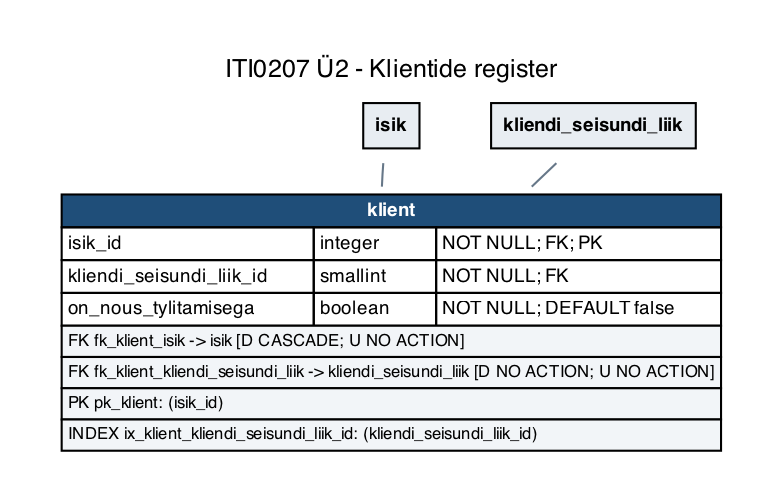
Earlier version of the Graphviz export iti0207-epood/docs/diagrams/u2-04-kliendid.png (tamkivi/andmebaasid-projekt). Its source is kept beside it as iti0207-epood/docs/diagrams/u2-04-kliendid.dot.
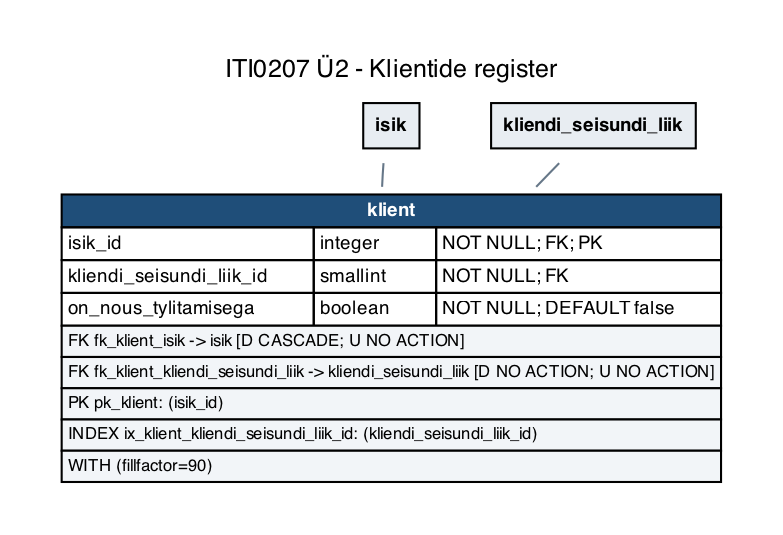
The same diagram one commit later.

The edit, as a diff of the source:
```diff
@@ -5,7 +5,7 @@
   edge [color="#667788", dir=none, fontsize=8, fontname=Helvetica];
   labelloc="t";
   label="ITI0207 Ü2 - Klientide register";
-  "klient" [label=<<TABLE BORDER="0" CELLBORDER="1" CELLSPACING="0" CELLPADDING="2"><TR><TD COLSPAN="3" BGCOLOR="#1f4e79"><FONT COLOR="white"><B>klient</B></FONT></TD></TR><TR><TD ALIGN="LEFT">isik_id</TD><TD ALIGN="LEFT">integer</TD><TD ALIGN="LEFT">NOT NULL; FK; PK</TD></TR><TR><TD ALIGN="LEFT">kliendi_seisundi_liik_id</TD><TD ALIGN="LEFT">smallint</TD><TD ALIGN="LEFT">NOT NULL; FK</TD></TR><TR><TD ALIGN="LEFT">on_nous_tylitamisega</TD><TD ALIGN="LEFT">boolean</TD><TD ALIGN="LEFT">NOT NULL; DEFAULT false</TD></TR><TR><TD COLSPAN="3" ALIGN="LEFT" BGCOLOR="#f2f5f8"><FONT POINT-SIZE="8">FK fk_klient_isik -&gt; isik [D CASCADE; U NO ACTION]</FONT></TD></TR><TR><TD COLSPAN="3" ALIGN="LEFT" BGCOLOR="#f2f5f8"><FONT POINT-SIZE="8">FK fk_klient_kliendi_seisundi_liik -&gt; kliendi_seisundi_liik [D NO ACTION; U NO ACTION]</FONT></TD></TR><TR><TD COLSPAN="3" ALIGN="LEFT" BGCOLOR="#f2f5f8"><FONT POINT-SIZE="8">PK pk_klient: (isik_id)</FONT></TD></TR><TR><TD COLSPAN="3" ALIGN="LEFT" BGCOLOR="#f2f5f8"><FONT POINT-SIZE="8">INDEX ix_klient_kliendi_seisundi_liik_id: (kliendi_seisundi_liik_id)</FONT></TD></TR></TABLE>>];
+  "klient" [label=<<TABLE BORDER="0" CELLBORDER="1" CELLSPACING="0" CELLPADDING="2"><TR><TD COLSPAN="3" BGCOLOR="#1f4e79"><FONT COLOR="white"><B>klient</B></FONT></TD></TR><TR><TD ALIGN="LEFT">isik_id</TD><TD ALIGN="LEFT">integer</TD><TD ALIGN="LEFT">NOT NULL; FK; PK</TD></TR><TR><TD ALIGN="LEFT">kliendi_seisundi_liik_id</TD><TD ALIGN="LEFT">smallint</TD><TD ALIGN="LEFT">NOT NULL; FK</TD></TR><TR><TD ALIGN="LEFT">on_nous_tylitamisega</TD><TD ALIGN="LEFT">boolean</TD><TD ALIGN="LEFT">NOT NULL; DEFAULT false</TD></TR><TR><TD COLSPAN="3" ALIGN="LEFT" BGCOLOR="#f2f5f8"><FONT POINT-SIZE="8">FK fk_klient_isik -&gt; isik [D CASCADE; U NO ACTION]</FONT></TD></TR><TR><TD COLSPAN="3" ALIGN="LEFT" BGCOLOR="#f2f5f8"><FONT POINT-SIZE="8">FK fk_klient_kliendi_seisundi_liik -&gt; kliendi_seisundi_liik [D NO ACTION; U NO ACTION]</FONT></TD></TR><TR><TD COLSPAN="3" ALIGN="LEFT" BGCOLOR="#f2f5f8"><FONT POINT-SIZE="8">PK pk_klient: (isik_id)</FONT></TD></TR><TR><TD COLSPAN="3" ALIGN="LEFT" BGCOLOR="#f2f5f8"><FONT POINT-SIZE="8">INDEX ix_klient_kliendi_seisundi_liik_id: (kliendi_seisundi_liik_id)</FONT></TD></TR><TR><TD COLSPAN="3" ALIGN="LEFT" BGCOLOR="#f2f5f8"><FONT POINT-SIZE="8">WITH (fillfactor=90)</FONT></TD></TR></TABLE>>];
   "isik" [label=<<TABLE BORDER="0" CELLBORDER="1" CELLSPACING="0" CELLPADDING="5"><TR><TD BGCOLOR="#e8edf2"><B>isik</B></TD></TR></TABLE>>];
   "kliendi_seisundi_liik" [label=<<TABLE BORDER="0" CELLBORDER="1" CELLSPACING="0" CELLPADDING="5"><TR><TD BGCOLOR="#e8edf2"><B>kliendi_seisundi_liik</B></TD></TR></TABLE>>];
   "isik" -> "klient";
```
